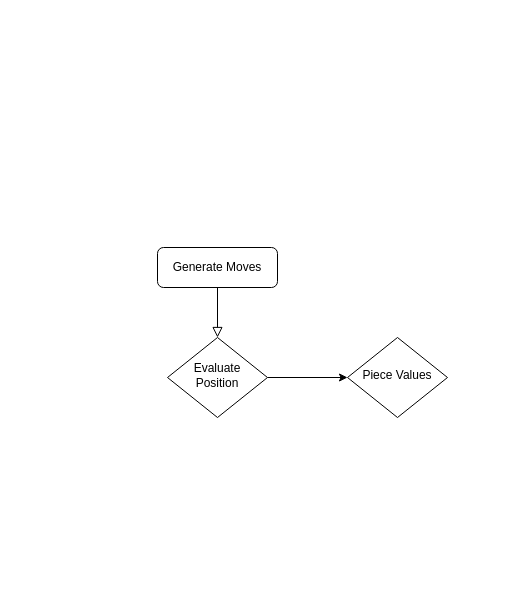
The draw.io diagram Diagram.drawio in otsuliini/FishStock, before the edit. Source tidied: cells renumbered, new cells numbered last; positions are measured from the earlier drawing's top-left corner, leaving out a move shared by most shapes. Both pictures are drawn from the tidied source at 100%, with x=0, y=0 at pixel (157, 247).
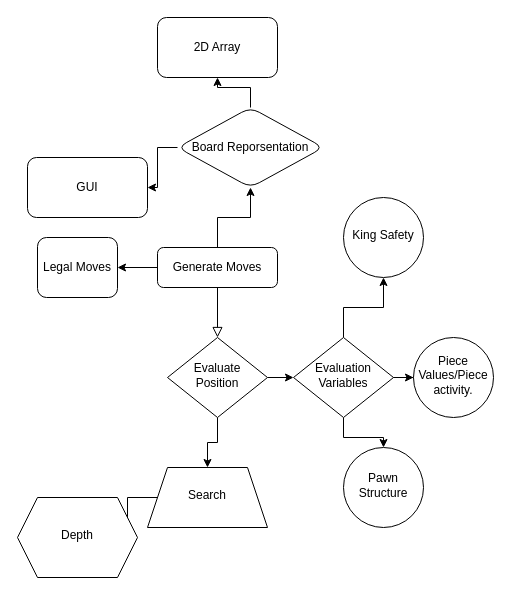
The same diagram, later.

Unchanged cells that the change refers to:
```xml
<mxCell id="3" value="Generate Moves" style="rounded=1;whiteSpace=wrap;html=1;fontSize=12;glass=0;strokeWidth=1;shadow=0;" parent="1" vertex="1">
  <mxGeometry width="120" height="40" as="geometry" />
</mxCell>
<mxCell id="5" value="Evaluate Position" style="rhombus;whiteSpace=wrap;html=1;shadow=0;fontFamily=Helvetica;fontSize=12;align=center;strokeWidth=1;spacing=6;spacingTop=-4;" parent="1" vertex="1">
  <mxGeometry x="10" y="90" width="100" height="80" as="geometry" />
</mxCell>
```

Diff of the diagram source:
```diff
@@
+    <mxCell id="7" style="edgeStyle=orthogonalEdgeStyle;rounded=0;jettySize=auto;html=1;" parent="1" edge="1" source="3" target="19">
+      <mxGeometry relative="1" as="geometry" />
+    </mxCell>
+    <mxCell id="8" style="edgeStyle=orthogonalEdgeStyle;rounded=0;jettySize=auto;html=1;" parent="1" edge="1" source="3" target="22">
+      <mxGeometry relative="1" as="geometry" />
+    </mxCell>
@@
+    <mxCell id="9" style="edgeStyle=orthogonalEdgeStyle;rounded=0;jettySize=auto;html=1;" parent="1" edge="1" source="5" target="17">
+      <mxGeometry relative="1" as="geometry" />
+    </mxCell>
@@
+    <mxCell id="10" style="edgeStyle=orthogonalEdgeStyle;rounded=0;jettySize=auto;html=1;entryX=0;entryY=0.5;entryDx=0;entryDy=0;" parent="1" edge="1" source="6" target="13">
+      <mxGeometry relative="1" as="geometry" />
+    </mxCell>
+    <mxCell id="11" style="edgeStyle=orthogonalEdgeStyle;rounded=0;jettySize=auto;html=1;" parent="1" edge="1" source="6" target="14">
+      <mxGeometry relative="1" as="geometry" />
+    </mxCell>
+    <mxCell id="12" style="edgeStyle=orthogonalEdgeStyle;rounded=0;jettySize=auto;html=1;" parent="1" edge="1" source="6" target="15">
+      <mxGeometry relative="1" as="geometry" />
+    </mxCell>
-    <mxCell id="6" value="Piece Values" style="rhombus;whiteSpace=wrap;html=1;shadow=0;fontFamily=Helvetica;fontSize=12;align=center;strokeWidth=1;spacing=6;spacingTop=-4;" parent="1" vertex="1">
-      <mxGeometry x="190" y="90" width="100" height="80" as="geometry" />
+    <mxCell id="6" value="Evaluation Variables" style="rhombus;whiteSpace=wrap;html=1;shadow=0;fontFamily=Helvetica;fontSize=12;align=center;strokeWidth=1;spacing=6;spacingTop=-4;" parent="1" vertex="1">
+      <mxGeometry x="136" y="90" width="100" height="80" as="geometry" />
     </mxCell>
+    <mxCell id="13" value="Piece Values/Piece activity." style="ellipse;whiteSpace=wrap;html=1;shadow=0;strokeWidth=1;spacing=6;spacingTop=-4;" parent="1" vertex="1">
+      <mxGeometry x="256" y="90" width="80" height="80" as="geometry" />
+    </mxCell>
+    <mxCell id="14" value="King Safety" style="ellipse;whiteSpace=wrap;html=1;shadow=0;strokeWidth=1;spacing=6;spacingTop=-4;" parent="1" vertex="1">
+      <mxGeometry x="186" y="-50" width="80" height="80" as="geometry" />
+    </mxCell>
+    <mxCell id="15" value="Pawn Structure" style="ellipse;whiteSpace=wrap;html=1;shadow=0;strokeWidth=1;spacing=6;spacingTop=-4;" parent="1" vertex="1">
+      <mxGeometry x="186" y="200" width="80" height="80" as="geometry" />
+    </mxCell>
+    <mxCell id="16" style="edgeStyle=orthogonalEdgeStyle;rounded=0;jettySize=auto;html=1;" parent="1" edge="1" source="17" target="18">
+      <mxGeometry relative="1" as="geometry" />
+    </mxCell>
+    <mxCell id="17" value="Search" style="shape=trapezoid;perimeter=trapezoidPerimeter;whiteSpace=wrap;html=1;fixedSize=1;shadow=0;strokeWidth=1;spacing=6;spacingTop=-4;" parent="1" vertex="1">
+      <mxGeometry x="-10" y="220" width="120" height="60" as="geometry" />
+    </mxCell>
+    <mxCell id="18" value="Depth" style="shape=hexagon;perimeter=hexagonPerimeter2;whiteSpace=wrap;html=1;fixedSize=1;shadow=0;strokeWidth=1;spacing=6;spacingTop=-4;" parent="1" vertex="1">
+      <mxGeometry x="-140" y="250" width="120" height="80" as="geometry" />
+    </mxCell>
+    <mxCell id="19" value="Legal Moves" style="whiteSpace=wrap;html=1;rounded=1;glass=0;strokeWidth=1;shadow=0;" parent="1" vertex="1">
+      <mxGeometry x="-120" y="-10" width="80" height="60" as="geometry" />
+    </mxCell>
+    <mxCell id="20" style="edgeStyle=orthogonalEdgeStyle;rounded=0;jettySize=auto;html=1;" parent="1" edge="1" source="22" target="23">
+      <mxGeometry relative="1" as="geometry" />
+    </mxCell>
+    <mxCell id="21" style="edgeStyle=orthogonalEdgeStyle;rounded=0;jettySize=auto;html=1;" parent="1" edge="1" source="22" target="24">
+      <mxGeometry relative="1" as="geometry" />
+    </mxCell>
+    <mxCell id="22" value="Board Reporsentation" style="rhombus;whiteSpace=wrap;html=1;rounded=1;glass=0;strokeWidth=1;shadow=0;" parent="1" vertex="1">
+      <mxGeometry x="20" y="-140" width="146" height="80" as="geometry" />
+    </mxCell>
+    <mxCell id="23" value="GUI" style="whiteSpace=wrap;html=1;rounded=1;glass=0;strokeWidth=1;shadow=0;" parent="1" vertex="1">
+      <mxGeometry x="-130" y="-90" width="120" height="60" as="geometry" />
+    </mxCell>
+    <mxCell id="24" value="2D Array" style="whiteSpace=wrap;html=1;rounded=1;glass=0;strokeWidth=1;shadow=0;" parent="1" vertex="1">
+      <mxGeometry y="-230" width="120" height="60" as="geometry" />
+    </mxCell>
```
